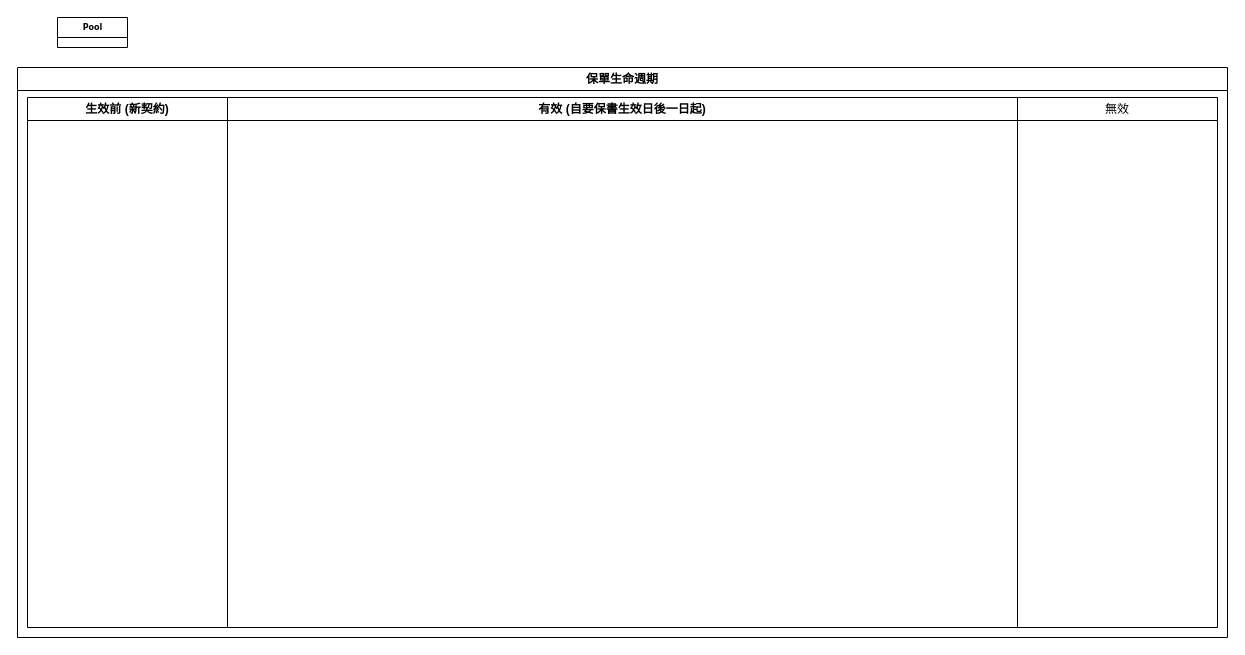
Above: 未命名绘图.drawio in Gina-Banana/Gina-Banana (draw.io), before the change. Source tidied: cells renumbered, new cells numbered last; positions are measured from the earlier drawing's top-left corner, leaving out a move shared by most shapes. Both pictures are drawn from the tidied source at 100%, with x=0, y=0 at pixel (17, 17).
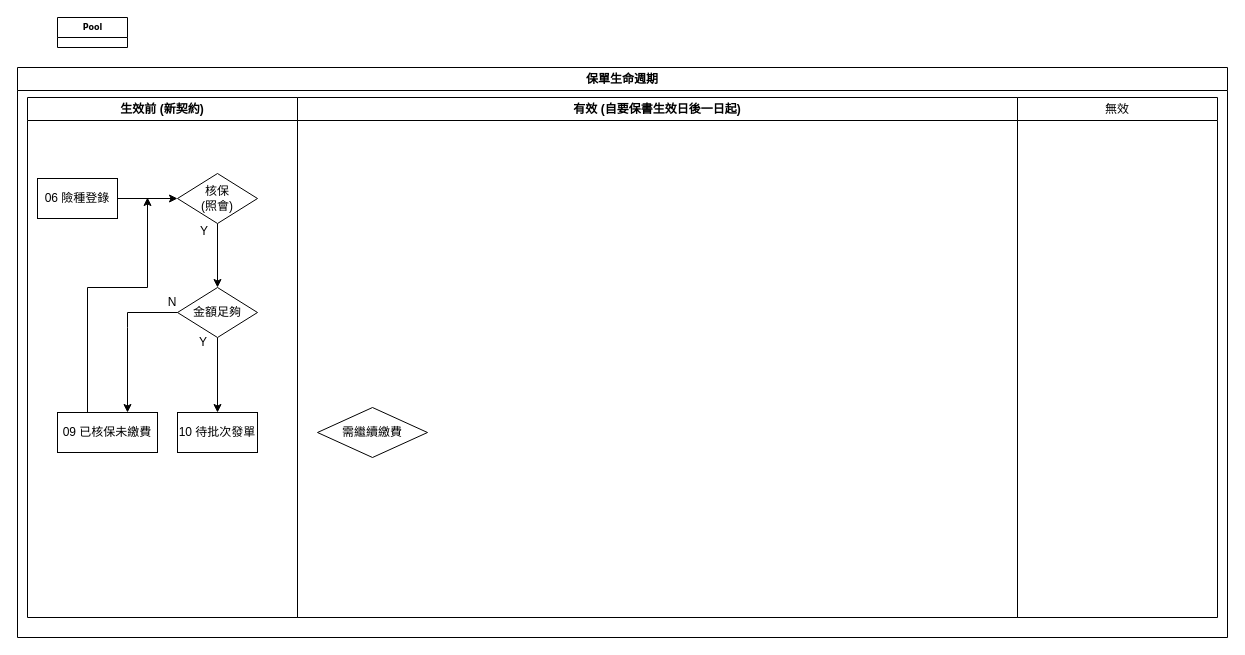
The same diagram, later.

Commit message:
The Life Cycle of Insurance Product

Unchanged cells that the change refers to:
```xml
<mxCell id="5" value="保單生命週期" style="swimlane;whiteSpace=wrap;html=1;" parent="1" vertex="1">
  <mxGeometry y="50" width="1210" height="570" as="geometry" />
</mxCell>
```

Diff of the diagram source:
```diff
@@
     <mxCell id="3" value="生效前 (新契約)" style="swimlane;whiteSpace=wrap;html=1;" parent="1" vertex="1">
-      <mxGeometry x="10" y="80" width="200" height="530" as="geometry" />
+      <mxGeometry x="10" y="80" width="270" height="520" as="geometry" />
     </mxCell>
     <mxCell id="4" value="有效 (自要保書生效日後一日起)" style="swimlane;whiteSpace=wrap;html=1;" parent="1" vertex="1">
-      <mxGeometry x="210" y="80" width="790" height="530" as="geometry" />
+      <mxGeometry x="280" y="80" width="720" height="520" as="geometry" />
     </mxCell>
@@
     <mxCell id="6" value="無效" style="swimlane;whiteSpace=wrap;html=1;fontStyle=0;" parent="5" vertex="1">
-      <mxGeometry x="1000" y="30" width="200" height="530" as="geometry" />
+      <mxGeometry x="1000" y="30" width="200" height="520" as="geometry" />
     </mxCell>
+    <mxCell id="7" style="edgeStyle=orthogonalEdgeStyle;rounded=0;jettySize=auto;html=1;" parent="5" edge="1" source="8" target="10">
+      <mxGeometry relative="1" as="geometry" />
+    </mxCell>
+    <mxCell id="8" value="06 險種登錄" style="rounded=0;whiteSpace=wrap;html=1;" parent="5" vertex="1">
+      <mxGeometry x="20" y="111" width="80" height="40" as="geometry" />
+    </mxCell>
+    <mxCell id="9" style="edgeStyle=orthogonalEdgeStyle;rounded=0;jettySize=auto;html=1;" parent="5" edge="1" source="10" target="14">
+      <mxGeometry relative="1" as="geometry" />
+    </mxCell>
+    <mxCell id="10" value="核保&lt;br&gt;(照會)" style="rhombus;whiteSpace=wrap;html=1;" parent="5" vertex="1">
+      <mxGeometry x="160" y="106" width="80" height="50" as="geometry" />
+    </mxCell>
+    <mxCell id="11" value="10 待批次發單" style="rounded=0;whiteSpace=wrap;html=1;" parent="5" vertex="1">
+      <mxGeometry x="160" y="345" width="80" height="40" as="geometry" />
+    </mxCell>
+    <mxCell id="12" style="edgeStyle=orthogonalEdgeStyle;rounded=0;jettySize=auto;html=1;startArrow=none;" parent="5" edge="1" target="16">
+      <mxGeometry relative="1" as="geometry">
+        <mxPoint x="110" y="260" as="sourcePoint" />
+        <Array as="points">
+          <mxPoint x="110" y="260" />
+        </Array>
+      </mxGeometry>
+    </mxCell>
+    <mxCell id="13" style="edgeStyle=orthogonalEdgeStyle;rounded=0;jettySize=auto;html=1;" parent="5" edge="1" source="14" target="11">
+      <mxGeometry relative="1" as="geometry">
+        <Array as="points">
+          <mxPoint x="200" y="340" />
+          <mxPoint x="200" y="340" />
+        </Array>
+      </mxGeometry>
+    </mxCell>
+    <mxCell id="14" value="金額足夠" style="rhombus;whiteSpace=wrap;html=1;" parent="5" vertex="1">
+      <mxGeometry x="160" y="220" width="80" height="50" as="geometry" />
+    </mxCell>
+    <mxCell id="15" value="Y" style="text;html=1;strokeColor=none;fillColor=none;align=center;verticalAlign=middle;whiteSpace=wrap;rounded=0;" parent="5" vertex="1">
+      <mxGeometry x="172" y="149" width="30" height="30" as="geometry" />
+    </mxCell>
+    <mxCell id="16" value="09 已核保未繳費" style="rounded=0;whiteSpace=wrap;html=1;" parent="5" vertex="1">
+      <mxGeometry x="40" y="345" width="100" height="40" as="geometry" />
+    </mxCell>
+    <mxCell id="17" value="Y" style="text;html=1;strokeColor=none;fillColor=none;align=center;verticalAlign=middle;whiteSpace=wrap;rounded=0;" parent="5" vertex="1">
+      <mxGeometry x="171" y="260" width="30" height="30" as="geometry" />
+    </mxCell>
+    <mxCell id="18" style="edgeStyle=orthogonalEdgeStyle;rounded=0;jettySize=auto;html=1;endArrow=none;" parent="5" edge="1" source="14">
+      <mxGeometry relative="1" as="geometry">
+        <mxPoint x="110" y="260" as="targetPoint" />
+        <Array as="points">
+          <mxPoint x="110" y="245" />
+        </Array>
+      </mxGeometry>
+    </mxCell>
+    <mxCell id="19" value="N" style="text;html=1;strokeColor=none;fillColor=none;align=center;verticalAlign=middle;whiteSpace=wrap;rounded=0;" parent="5" vertex="1">
+      <mxGeometry x="140" y="220" width="30" height="30" as="geometry" />
+    </mxCell>
+    <mxCell id="20" value="需繼續繳費" style="rhombus;whiteSpace=wrap;html=1;" parent="5" vertex="1">
+      <mxGeometry x="300" y="340" width="110" height="50" as="geometry" />
+    </mxCell>
+    <mxCell id="21" style="edgeStyle=orthogonalEdgeStyle;rounded=0;jettySize=auto;html=1;" parent="1" edge="1" source="16">
+      <mxGeometry relative="1" as="geometry">
+        <mxPoint x="130" y="180" as="targetPoint" />
+        <Array as="points">
+          <mxPoint x="70" y="270" />
+          <mxPoint x="130" y="270" />
+          <mxPoint x="130" y="180" />
+        </Array>
+      </mxGeometry>
+    </mxCell>
```
